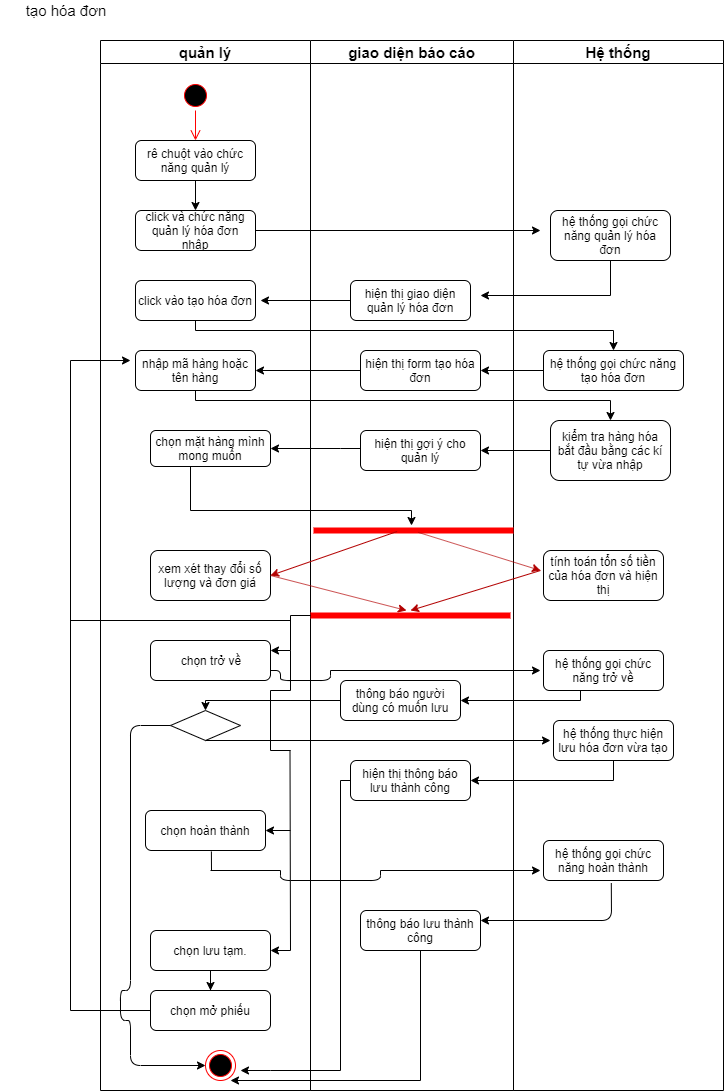
Before: bieudo/activity-taohoadon.png, a diagram exported from draw.io (vanlinhnguyeued/PTTKHTHDT). Source tidied: cells renumbered, new cells last; positions are measured from the earlier drawing's top-left corner, leaving out a move shared by most shapes.
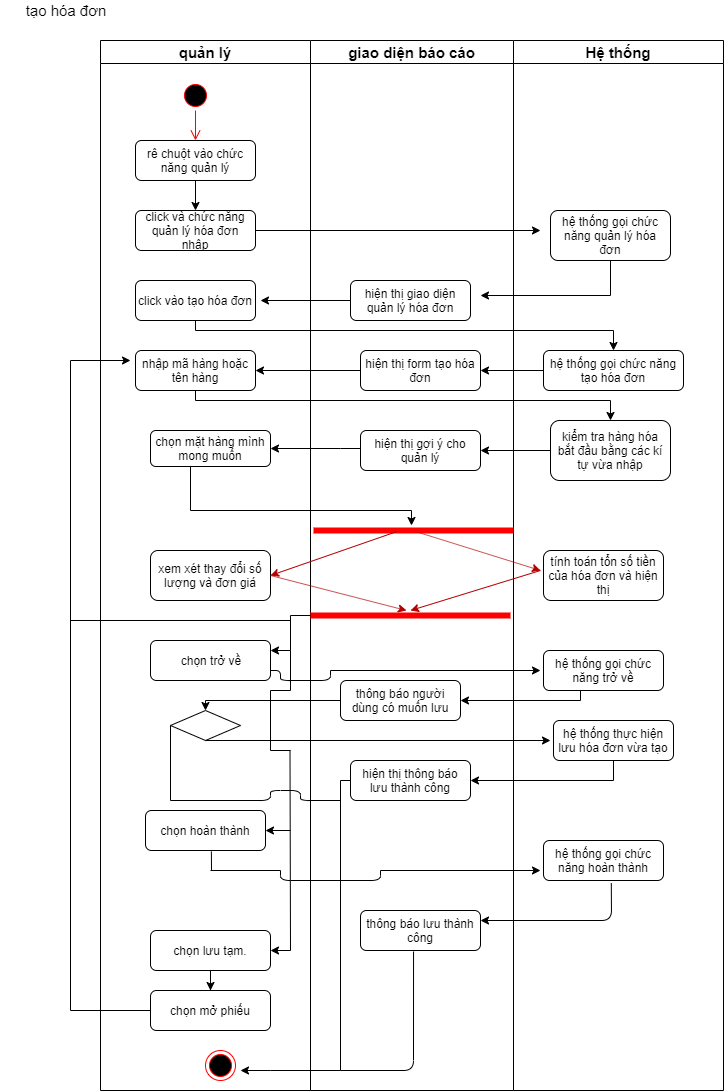
The same diagram one commit later.

What changed in the source:
```diff
@@ -46,18 +46,6 @@
     <mxCell id="15" value="&lt;br&gt;" style="rhombus;whiteSpace=wrap;html=1;" parent="3" vertex="1">
       <mxGeometry x="70" y="670" width="70" height="30" as="geometry" />
     </mxCell>
-    <mxCell id="16" style="endArrow=classic;html=1;exitX=0;exitY=0.5;exitDx=0;exitDy=0;entryX=0;entryY=0.5;entryDx=0;entryDy=0;" parent="3" edge="1" source="15" target="20">
-      <mxGeometry relative="1" as="geometry">
-        <Array as="points">
-          <mxPoint x="30" y="685" />
-          <mxPoint x="30" y="950" />
-          <mxPoint x="20" y="950" />
-          <mxPoint x="20" y="980" />
-          <mxPoint x="30" y="980" />
-          <mxPoint x="30" y="1025" />
-        </Array>
-      </mxGeometry>
-    </mxCell>
     <mxCell id="17" style="edgeStyle=orthogonalEdgeStyle;rounded=0;jettySize=auto;html=1;entryX=0.5;entryY=0;entryDx=0;entryDy=0;" parent="3" edge="1" source="18" target="19">
       <mxGeometry relative="1" as="geometry" />
     </mxCell>
@@ -132,6 +120,23 @@
         </Array>
       </mxGeometry>
     </mxCell>
+    <mxCell id="75" style="endArrow=none;html=1;entryX=0;entryY=0.5;entryDx=0;entryDy=0;" parent="3" edge="1" target="15">
+      <mxGeometry relative="1" as="geometry">
+        <mxPoint x="70" y="760" as="sourcePoint" />
+      </mxGeometry>
+    </mxCell>
+    <mxCell id="76" style="endArrow=none;html=1;" parent="3" edge="1">
+      <mxGeometry relative="1" as="geometry">
+        <mxPoint x="70" y="760" as="sourcePoint" />
+        <mxPoint x="240" y="760" as="targetPoint" />
+        <Array as="points">
+          <mxPoint x="170" y="760" />
+          <mxPoint x="170" y="750" />
+          <mxPoint x="200" y="750" />
+          <mxPoint x="200" y="760" />
+        </Array>
+      </mxGeometry>
+    </mxCell>
     <mxCell id="31" value="Hệ thống" style="swimlane;fontSize=15;fontColor=#000000;" parent="1" vertex="1">
       <mxGeometry x="513" y="40" width="210" height="1050" as="geometry" />
     </mxCell>
@@ -205,6 +210,14 @@
         <mxPoint x="230" y="630" as="targetPoint" />
       </mxGeometry>
     </mxCell>
+    <mxCell id="77" style="endArrow=none;html=1;entryX=0.442;entryY=1.025;entryDx=0;entryDy=0;entryPerimeter=0;" parent="39" edge="1" target="47">
+      <mxGeometry relative="1" as="geometry">
+        <mxPoint x="30" y="1030" as="sourcePoint" />
+        <Array as="points">
+          <mxPoint x="103" y="1030" />
+        </Array>
+      </mxGeometry>
+    </mxCell>
     <mxCell id="51" style="edgeStyle=orthogonalEdgeStyle;rounded=0;jettySize=auto;html=1;" parent="1" edge="1" source="8">
       <mxGeometry relative="1" as="geometry">
         <mxPoint x="540" y="230" as="targetPoint" />
@@ -345,14 +358,6 @@
         </Array>
       </mxGeometry>
     </mxCell>
-    <mxCell id="73" style="edgeStyle=orthogonalEdgeStyle;rounded=0;jettySize=auto;html=1;" parent="1" edge="1" source="47">
-      <mxGeometry relative="1" as="geometry">
-        <mxPoint x="230" y="1080" as="targetPoint" />
-        <Array as="points">
-          <mxPoint x="420" y="1080" />
-        </Array>
-      </mxGeometry>
-    </mxCell>
     <mxCell id="74" style="edgeStyle=orthogonalEdgeStyle;rounded=0;jettySize=auto;html=1;entryX=1;entryY=0.5;entryDx=0;entryDy=0;" parent="1" edge="1" source="36" target="45">
       <mxGeometry relative="1" as="geometry">
         <Array as="points">
```
